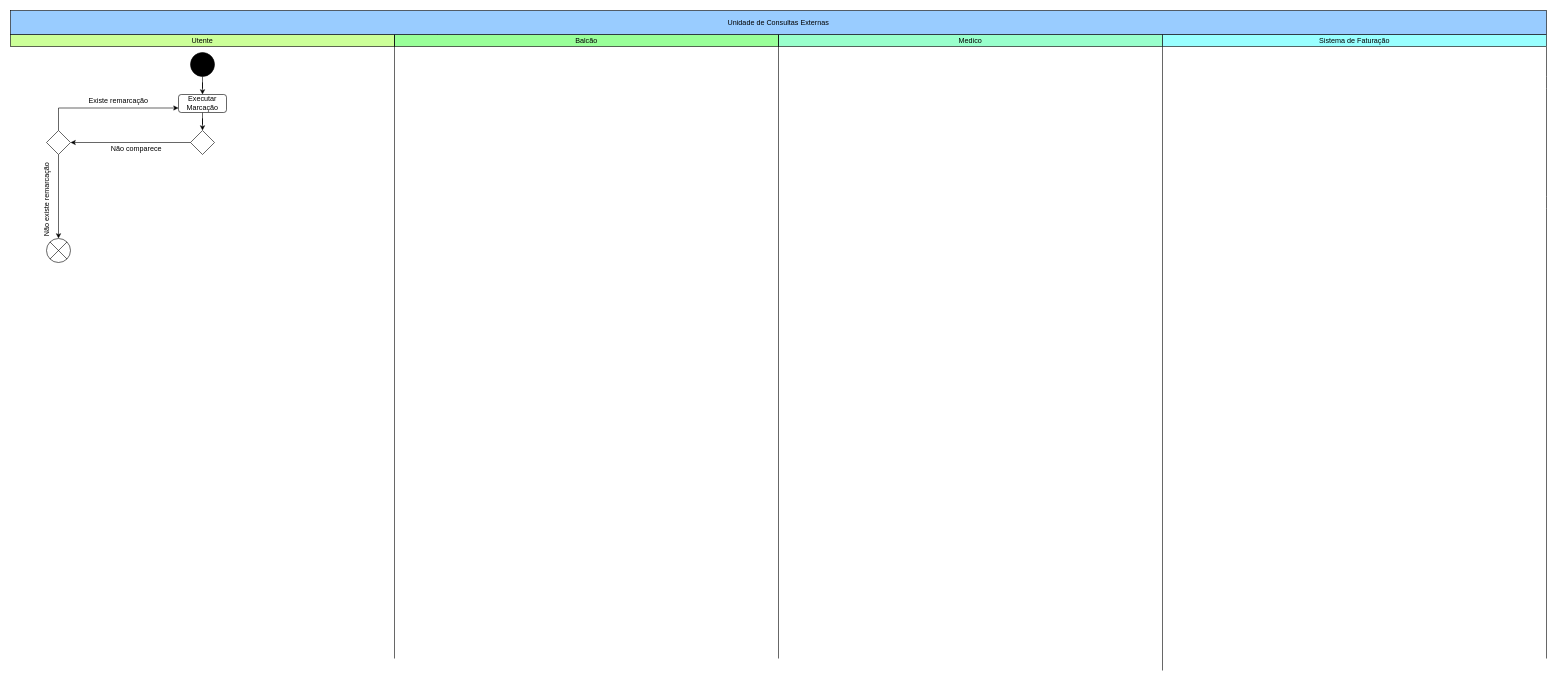
Above: Diagrama de Atividades - Consultas Médicas .drawio in getSierralta/Si-Centro-Hospitalar-Upskill (draw.io), before the change. Source tidied: cells renumbered, new cells numbered last; positions are measured from the earlier drawing's top-left corner, leaving out a move shared by most shapes. Both pictures are drawn from the tidied source at 60%, with x=0, y=0 at pixel (7, 10).
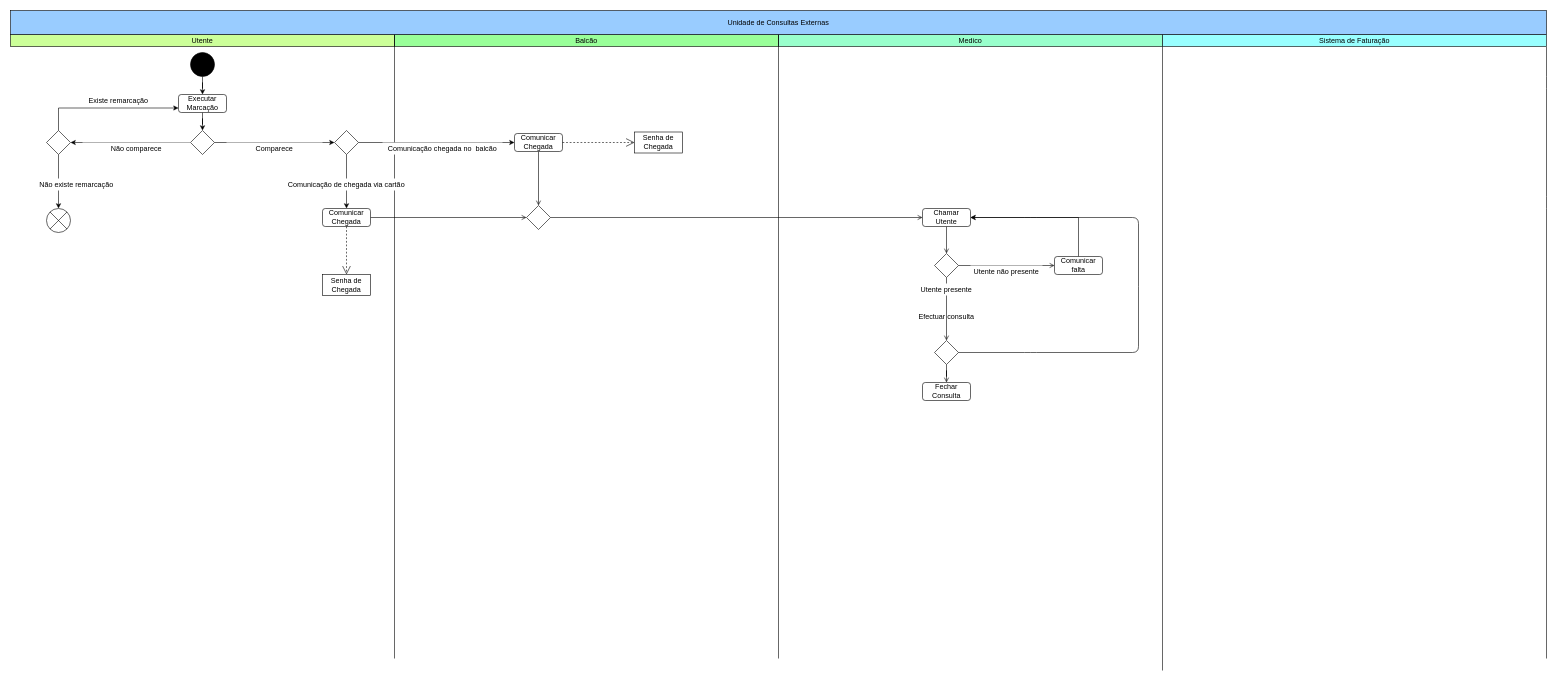
Above is the later version.

Commit message:
Diagrama de Atividades - Consultas Médicas

2a versão - contem partes de balcão e médico
ainda em desenvolvimento

Unchanged cells that the change refers to:
```xml
<mxCell id="16" style="rhombus;whiteSpace=wrap;html=1;fillColor=#FFFFFF;" parent="1" vertex="1">
  <mxGeometry x="305" y="200" width="40" height="40" as="geometry" />
</mxCell>
```

The edit, as a diff of the source:
```diff
@@
+    <mxCell id="25" style="edgeStyle=orthogonalEdgeStyle;rounded=0;jettySize=auto;html=1;entryX=0;entryY=0.5;entryDx=0;entryDy=0;" parent="1" edge="1" source="16" target="28">
+      <mxGeometry relative="1" as="geometry" />
+    </mxCell>
@@
-    <mxCell id="21" value="Não comparece" style="text;html=1;strokeColor=none;fillColor=none;align=center;verticalAlign=middle;whiteSpace=wrap;rounded=0;" parent="1" vertex="1">
+    <mxCell id="21" value="Não comparece" style="text;html=1;strokeColor=none;align=center;verticalAlign=middle;whiteSpace=wrap;rounded=0;fillColor=#ffffff;" parent="1" vertex="1">
       <mxGeometry x="125" y="220" width="180" height="20" as="geometry" />
     </mxCell>
-    <mxCell id="22" value="Existe remarcação" style="text;html=1;strokeColor=none;fillColor=none;align=center;verticalAlign=middle;whiteSpace=wrap;rounded=0;" parent="1" vertex="1">
+    <mxCell id="22" value="Existe remarcação" style="text;html=1;strokeColor=none;align=center;verticalAlign=middle;whiteSpace=wrap;rounded=0;fillColor=#ffffff;" parent="1" vertex="1">
       <mxGeometry x="105" y="140" width="160" height="20" as="geometry" />
     </mxCell>
     <mxCell id="23" style="shape=sumEllipse;perimeter=ellipsePerimeter;whiteSpace=wrap;html=1;backgroundOutline=1;fillColor=#FFFFFF;" parent="1" vertex="1">
-      <mxGeometry x="65" y="380" width="40" height="40" as="geometry" />
+      <mxGeometry x="65" y="330" width="40" height="40" as="geometry" />
     </mxCell>
+    <mxCell id="26" style="edgeStyle=orthogonalEdgeStyle;rounded=0;jettySize=auto;html=1;entryX=0;entryY=0.5;entryDx=0;entryDy=0;" parent="1" edge="1" source="28" target="31">
+      <mxGeometry relative="1" as="geometry" />
+    </mxCell>
+    <mxCell id="27" style="edgeStyle=orthogonalEdgeStyle;rounded=0;jettySize=auto;html=1;" parent="1" edge="1" source="28" target="33">
+      <mxGeometry relative="1" as="geometry" />
+    </mxCell>
+    <mxCell id="28" style="rhombus;whiteSpace=wrap;html=1;fillColor=#FFFFFF;" parent="1" vertex="1">
+      <mxGeometry x="545" y="200" width="40" height="40" as="geometry" />
+    </mxCell>
+    <mxCell id="29" value="Comparece" style="text;html=1;strokeColor=none;align=center;verticalAlign=middle;whiteSpace=wrap;rounded=0;fillColor=#ffffff;" parent="1" vertex="1">
+      <mxGeometry x="365" y="220" width="160" height="20" as="geometry" />
+    </mxCell>
+    <mxCell id="30" style="edgeStyle=orthogonalEdgeStyle;rounded=0;jettySize=auto;html=1;entryX=0.5;entryY=0;entryDx=0;entryDy=0;endArrow=open;endFill=0;" parent="1" edge="1" source="31" target="41">
+      <mxGeometry relative="1" as="geometry" />
+    </mxCell>
+    <mxCell id="31" value="Comunicar&lt;br&gt;Chegada" style="rounded=1;whiteSpace=wrap;html=1;fillColor=#FFFFFF;" parent="1" vertex="1">
+      <mxGeometry x="845" y="205" width="80" height="30" as="geometry" />
+    </mxCell>
+    <mxCell id="32" style="edgeStyle=orthogonalEdgeStyle;rounded=0;jettySize=auto;html=1;entryX=0;entryY=0.5;entryDx=0;entryDy=0;endArrow=open;endFill=0;" parent="1" edge="1" source="33" target="41">
+      <mxGeometry relative="1" as="geometry" />
+    </mxCell>
+    <mxCell id="33" value="Comunicar&lt;br&gt;Chegada" style="rounded=1;whiteSpace=wrap;html=1;fillColor=#FFFFFF;" parent="1" vertex="1">
+      <mxGeometry x="525" y="330" width="80" height="30" as="geometry" />
+    </mxCell>
+    <mxCell id="34" value="Comunicação chegada no&amp;nbsp; balcão" style="text;html=1;strokeColor=none;align=center;verticalAlign=middle;whiteSpace=wrap;rounded=0;fillColor=#ffffff;" parent="1" vertex="1">
+      <mxGeometry x="625" y="220" width="200" height="20" as="geometry" />
+    </mxCell>
+    <mxCell id="35" value="Comunicação de chegada via cartão" style="text;html=1;strokeColor=none;align=center;verticalAlign=middle;whiteSpace=wrap;rounded=0;fillColor=#ffffff;" parent="1" vertex="1">
+      <mxGeometry x="465" y="280" width="200" height="20" as="geometry" />
+    </mxCell>
-    <mxCell id="24" value="Não existe remarcação" style="text;html=1;strokeColor=none;fillColor=none;align=center;verticalAlign=middle;whiteSpace=wrap;rounded=0;rotation=270;" parent="1" vertex="1">
-      <mxGeometry y="305" width="130" height="20" as="geometry" />
+    <mxCell id="24" value="Não existe remarcação" style="text;html=1;strokeColor=none;align=center;verticalAlign=middle;whiteSpace=wrap;rounded=0;fillColor=#ffffff;" parent="1" vertex="1">
+      <mxGeometry x="45" y="280" width="140" height="20" as="geometry" />
     </mxCell>
+    <mxCell id="36" value="Senha de&lt;br&gt;Chegada" style="rounded=0;whiteSpace=wrap;html=1;fillColor=#ffffff;" parent="1" vertex="1">
+      <mxGeometry x="1045" y="202.5" width="80" height="35" as="geometry" />
+    </mxCell>
+    <mxCell id="37" value="Senha de&lt;br&gt;Chegada" style="rounded=0;whiteSpace=wrap;html=1;fillColor=#ffffff;" parent="1" vertex="1">
+      <mxGeometry x="525" y="440" width="80" height="35" as="geometry" />
+    </mxCell>
+    <mxCell id="38" style="endArrow=open;dashed=1;endFill=0;endSize=12;html=1;exitX=1;exitY=0.5;exitDx=0;exitDy=0;entryX=0;entryY=0.5;entryDx=0;entryDy=0;" parent="1" edge="1" source="31" target="36">
+      <mxGeometry relative="1" as="geometry" />
+    </mxCell>
+    <mxCell id="39" style="endArrow=open;dashed=1;endFill=0;endSize=12;html=1;entryX=0.5;entryY=0;entryDx=0;entryDy=0;exitX=0.5;exitY=1;exitDx=0;exitDy=0;" parent="1" edge="1" source="33" target="37">
+      <mxGeometry relative="1" as="geometry" />
+    </mxCell>
+    <mxCell id="40" style="edgeStyle=orthogonalEdgeStyle;rounded=0;jettySize=auto;html=1;entryX=0;entryY=0.5;entryDx=0;entryDy=0;endArrow=open;endFill=0;" parent="1" edge="1" source="41" target="43">
+      <mxGeometry relative="1" as="geometry" />
+    </mxCell>
+    <mxCell id="41" style="rhombus;whiteSpace=wrap;html=1;fillColor=#FFFFFF;" parent="1" vertex="1">
+      <mxGeometry x="865" y="325" width="40" height="40" as="geometry" />
+    </mxCell>
+    <mxCell id="42" style="edgeStyle=orthogonalEdgeStyle;rounded=0;jettySize=auto;html=1;entryX=0.5;entryY=0;entryDx=0;entryDy=0;endArrow=open;endFill=0;" parent="1" edge="1" source="43" target="52">
+      <mxGeometry relative="1" as="geometry" />
+    </mxCell>
+    <mxCell id="43" value="Chamar&lt;br&gt;Utente" style="rounded=1;whiteSpace=wrap;html=1;fillColor=#FFFFFF;" parent="1" vertex="1">
+      <mxGeometry x="1525" y="330" width="80" height="30" as="geometry" />
+    </mxCell>
+    <mxCell id="44" style="edgeStyle=orthogonalEdgeStyle;rounded=0;jettySize=auto;html=1;endArrow=open;endFill=0;" parent="1" edge="1" source="45" target="47">
+      <mxGeometry relative="1" as="geometry" />
+    </mxCell>
+    <mxCell id="45" style="rhombus;whiteSpace=wrap;html=1;fillColor=#FFFFFF;" parent="1" vertex="1">
+      <mxGeometry x="1545" y="550" width="40" height="40" as="geometry" />
+    </mxCell>
+    <mxCell id="46" value="Efectuar consulta" style="text;html=1;strokeColor=none;align=center;verticalAlign=middle;whiteSpace=wrap;rounded=0;fillColor=#FFFFFF;" parent="1" vertex="1">
+      <mxGeometry x="1515" y="500" width="100" height="20" as="geometry" />
+    </mxCell>
+    <mxCell id="47" value="Fechar&lt;br&gt;Consulta" style="rounded=1;whiteSpace=wrap;html=1;fillColor=#FFFFFF;" parent="1" vertex="1">
+      <mxGeometry x="1525" y="620" width="80" height="30" as="geometry" />
+    </mxCell>
+    <mxCell id="48" style="endArrow=none;html=1;exitX=1;exitY=0.5;exitDx=0;exitDy=0;" parent="1" edge="1" source="45">
+      <mxGeometry relative="1" as="geometry">
+        <mxPoint x="1885" y="460" as="targetPoint" />
+        <Array as="points">
+          <mxPoint x="1705" y="570" />
+          <mxPoint x="1885" y="570" />
+        </Array>
+      </mxGeometry>
+    </mxCell>
+    <mxCell id="49" style="endArrow=classic;html=1;entryX=1;entryY=0.5;entryDx=0;entryDy=0;" parent="1" edge="1" target="43">
+      <mxGeometry relative="1" as="geometry">
+        <mxPoint x="1885" y="460" as="sourcePoint" />
+        <Array as="points">
+          <mxPoint x="1885" y="345" />
+          <mxPoint x="1705" y="345" />
+        </Array>
+      </mxGeometry>
+    </mxCell>
+    <mxCell id="50" style="edgeStyle=orthogonalEdgeStyle;rounded=0;jettySize=auto;html=1;entryX=0.5;entryY=0;entryDx=0;entryDy=0;endArrow=open;endFill=0;" parent="1" edge="1" source="52" target="45">
+      <mxGeometry relative="1" as="geometry" />
+    </mxCell>
+    <mxCell id="51" style="edgeStyle=orthogonalEdgeStyle;rounded=0;jettySize=auto;html=1;entryX=0;entryY=0.5;entryDx=0;entryDy=0;endArrow=open;endFill=0;" parent="1" edge="1" source="52" target="55">
+      <mxGeometry relative="1" as="geometry" />
+    </mxCell>
+    <mxCell id="52" style="rhombus;whiteSpace=wrap;html=1;fillColor=#FFFFFF;" parent="1" vertex="1">
+      <mxGeometry x="1545" y="405" width="40" height="40" as="geometry" />
+    </mxCell>
+    <mxCell id="53" value="Utente não presente" style="text;html=1;strokeColor=none;align=center;verticalAlign=middle;whiteSpace=wrap;rounded=0;fillColor=#ffffff;" parent="1" vertex="1">
+      <mxGeometry x="1605" y="425" width="120" height="20" as="geometry" />
+    </mxCell>
+    <mxCell id="54" style="edgeStyle=orthogonalEdgeStyle;rounded=0;jettySize=auto;html=1;entryX=1;entryY=0.5;entryDx=0;entryDy=0;endArrow=open;endFill=0;" parent="1" edge="1" source="55" target="43">
+      <mxGeometry relative="1" as="geometry">
+        <Array as="points">
+          <mxPoint x="1785" y="345" />
+        </Array>
+      </mxGeometry>
+    </mxCell>
+    <mxCell id="55" value="Comunicar&lt;br&gt;falta" style="rounded=1;whiteSpace=wrap;html=1;fillColor=#FFFFFF;" parent="1" vertex="1">
+      <mxGeometry x="1745" y="410" width="80" height="30" as="geometry" />
+    </mxCell>
+    <mxCell id="56" value="Utente presente" style="text;html=1;strokeColor=none;align=center;verticalAlign=middle;whiteSpace=wrap;rounded=0;fillColor=#ffffff;" parent="1" vertex="1">
+      <mxGeometry x="1515" y="455" width="100" height="20" as="geometry" />
+    </mxCell>
```
